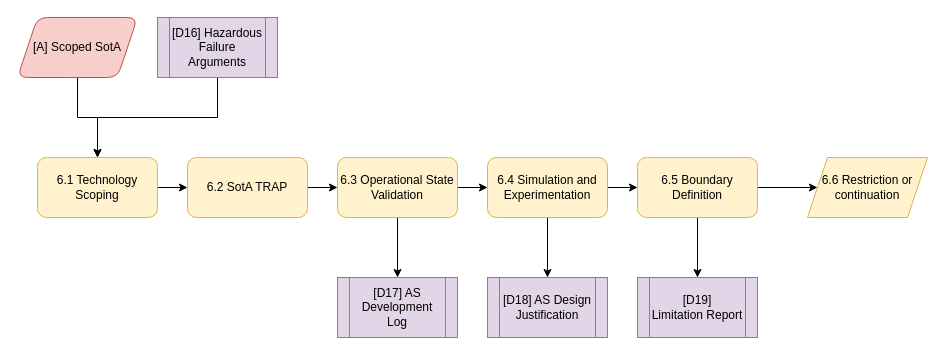
TortoiseFather/SACRED keeps this draw.io diagram as Step 6/step-6.drawio. Above is the earlier version. Source tidied: cells renumbered, new cells numbered last; positions are measured from the earlier drawing's top-left corner, leaving out a move shared by most shapes. Both pictures are drawn from the tidied source at 100%, with x=0, y=0 at pixel (17, 17).
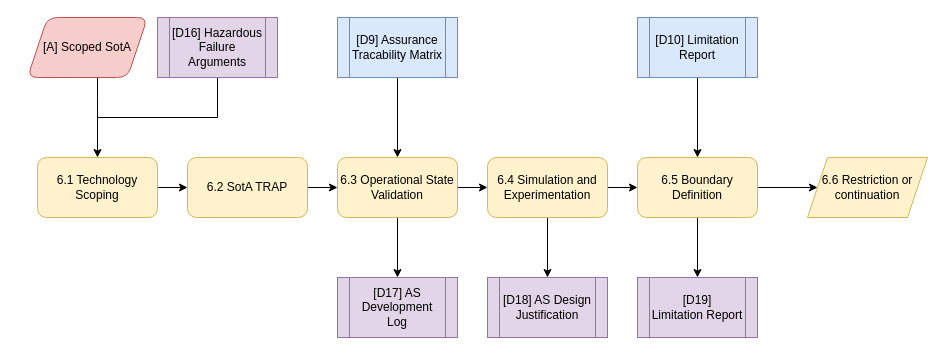
The same diagram, later.

Unchanged cells that the change refers to:
```xml
<mxCell id="3" value="6.1 Technology Scoping" style="rounded=1;whiteSpace=wrap;html=1;fillColor=#fff2cc;strokeColor=#d6b656;" parent="1" vertex="1">
  <mxGeometry x="20" y="140" width="120" height="60" as="geometry" />
</mxCell>
<mxCell id="8" value="6.3 Operational State Validation" style="rounded=1;whiteSpace=wrap;html=1;fillColor=#fff2cc;strokeColor=#d6b656;" parent="1" vertex="1">
  <mxGeometry x="320" y="140" width="120" height="60" as="geometry" />
</mxCell>
<mxCell id="14" value="6.5 Boundary Definition" style="rounded=1;whiteSpace=wrap;html=1;fillColor=#fff2cc;strokeColor=#d6b656;" parent="1" vertex="1">
  <mxGeometry x="620" y="140" width="120" height="60" as="geometry" />
</mxCell>
```

The edit, as a diff of the source:
```diff
@@
-    <mxCell id="20" style="edgeStyle=orthogonalEdgeStyle;rounded=0;jettySize=auto;html=1;entryX=0.5;entryY=0;entryDx=0;entryDy=0;" parent="1" edge="1" source="21" target="3">
-      <mxGeometry relative="1" as="geometry" />
+    <mxCell id="20" style="edgeStyle=orthogonalEdgeStyle;rounded=0;jettySize=auto;html=1;endArrow=none;endFill=0;" parent="1" edge="1" source="21">
+      <mxGeometry relative="1" as="geometry">
+        <mxPoint x="80" y="100" as="targetPoint" />
+        <Array as="points">
+          <mxPoint x="80" y="80" />
+          <mxPoint x="80" y="80" />
+        </Array>
+      </mxGeometry>
     </mxCell>
     <mxCell id="21" value="[A] Scoped SotA" style="shape=parallelogram;perimeter=parallelogramPerimeter;whiteSpace=wrap;html=1;fixedSize=1;fillColor=#f8cecc;strokeColor=#b85450;rounded=1;" parent="1" vertex="1">
-      <mxGeometry width="120" height="60" as="geometry" />
+      <mxGeometry x="10" width="120" height="60" as="geometry" />
     </mxCell>
@@
+    <mxCell id="23" style="edgeStyle=orthogonalEdgeStyle;rounded=0;jettySize=auto;html=1;" parent="1" edge="1" source="24" target="8">
+      <mxGeometry relative="1" as="geometry" />
+    </mxCell>
+    <mxCell id="24" value="[D9] Assurance Tracability Matrix" style="shape=process;whiteSpace=wrap;html=1;backgroundOutline=1;fillColor=#dae8fc;strokeColor=#6c8ebf;" parent="1" vertex="1">
+      <mxGeometry x="320" width="120" height="60" as="geometry" />
+    </mxCell>
+    <mxCell id="25" style="edgeStyle=orthogonalEdgeStyle;rounded=0;jettySize=auto;html=1;" parent="1" edge="1" source="26" target="14">
+      <mxGeometry relative="1" as="geometry" />
+    </mxCell>
+    <mxCell id="26" value="[D10] Limitation Report" style="shape=process;whiteSpace=wrap;html=1;backgroundOutline=1;fillColor=#dae8fc;strokeColor=#6c8ebf;" parent="1" vertex="1">
+      <mxGeometry x="620" width="120" height="60" as="geometry" />
+    </mxCell>
```
